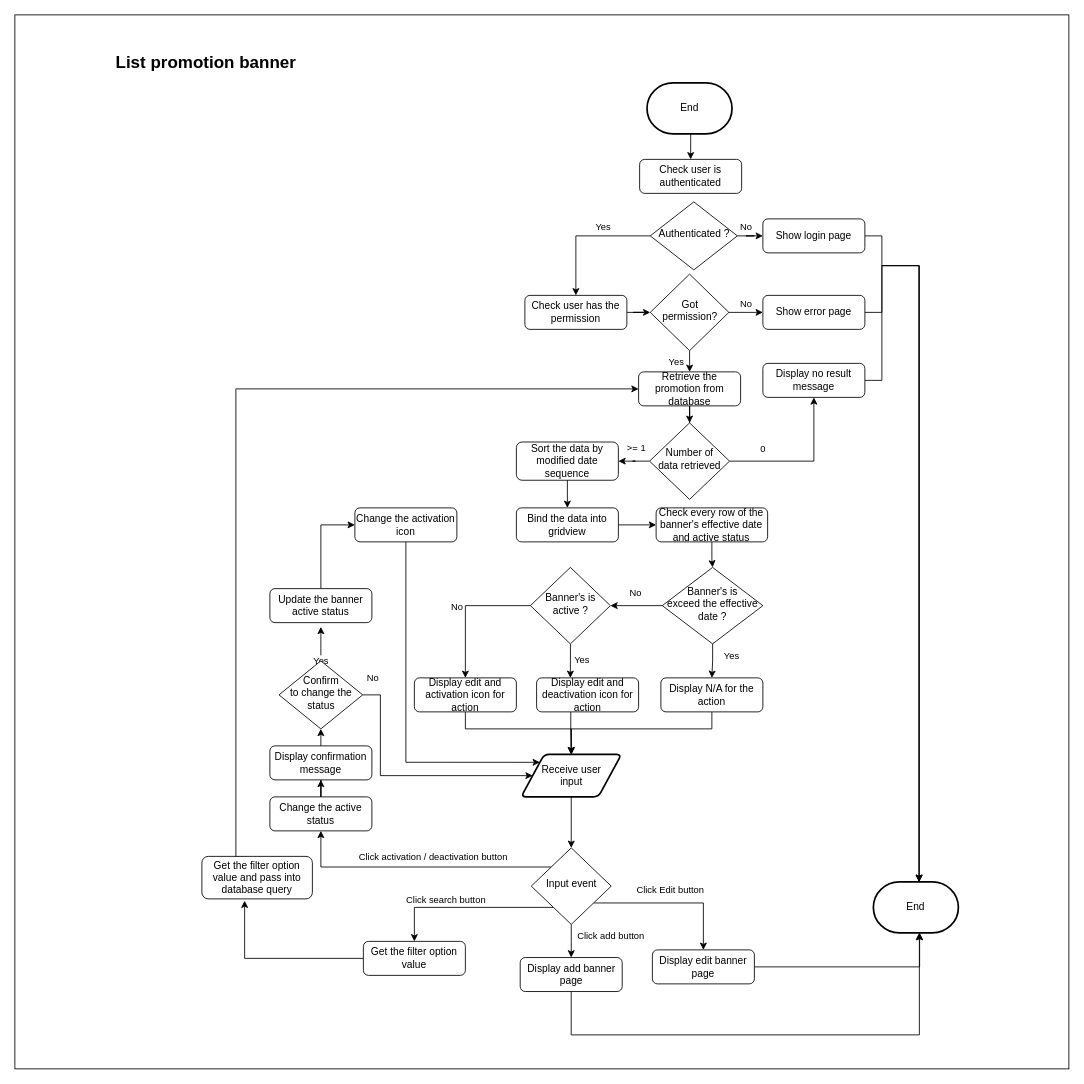
Before: page "List promotion banner" (1 of 2) of BannerPromotion/Untitled Diagram.drawio in shawn814/Affiliate, a draw.io diagram. Source tidied: cells renumbered, new cells numbered last; positions are measured from the earlier drawing's top-left corner, leaving out a move shared by most shapes. Both pictures are drawn from the tidied source at 85%, with x=0, y=0 at pixel (14, 14).
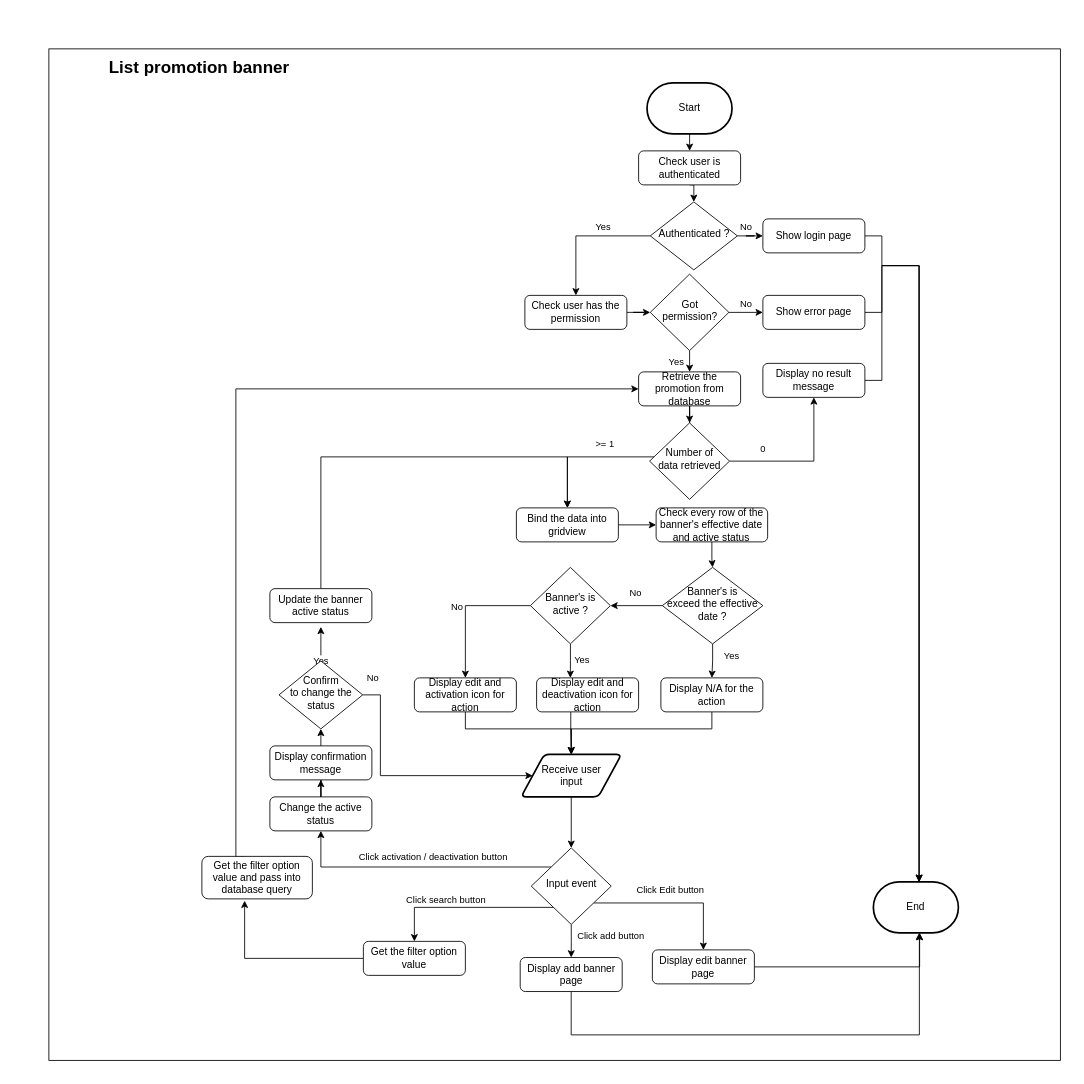
Above is the later version.

Unchanged cells that the change refers to:
```xml
<mxCell id="10" value="Authenticated ?" style="rhombus;whiteSpace=wrap;html=1;shadow=0;fontFamily=Helvetica;fontSize=12;align=center;strokeWidth=1;spacing=6;spacingTop=-4;" parent="1" vertex="1">
  <mxGeometry x="747.5" y="220" width="102.5" height="80" as="geometry" />
</mxCell>
<mxCell id="23" value="Number of &lt;br&gt;data retrieved" style="rhombus;whiteSpace=wrap;html=1;shadow=0;fontFamily=Helvetica;fontSize=12;align=center;strokeWidth=1;spacing=6;spacingTop=-4;" parent="1" vertex="1">
  <mxGeometry x="746.7" y="480" width="94.1" height="90" as="geometry" />
</mxCell>
<mxCell id="29" value="Bind the data into gridview" style="rounded=1;whiteSpace=wrap;html=1;fontSize=12;glass=0;strokeWidth=1;shadow=0;" parent="1" vertex="1">
  <mxGeometry x="590" y="580" width="120" height="40" as="geometry" />
</mxCell>
<mxCell id="32" value="Receive user &lt;br&gt;input" style="shape=parallelogram;html=1;strokeWidth=2;perimeter=parallelogramPerimeter;whiteSpace=wrap;rounded=1;arcSize=12;size=0.23;fillColor=none;" parent="1" vertex="1">
  <mxGeometry x="595.6" y="870" width="118" height="50" as="geometry" />
</mxCell>
<mxCell id="70" value="Update the banner active status" style="rounded=1;whiteSpace=wrap;html=1;fontSize=12;glass=0;strokeWidth=1;shadow=0;" parent="1" vertex="1">
  <mxGeometry x="300" y="675" width="120" height="40" as="geometry" />
</mxCell>
```

The edit, as a diff of the source:
```diff
@@
     <mxCell id="2" style="whiteSpace=wrap;html=1;fillColor=none;" parent="1" vertex="1">
-      <mxGeometry width="1240" height="1240" as="geometry" />
+      <mxGeometry x="40" y="40" width="1190" height="1190" as="geometry" />
     </mxCell>
+    <mxCell id="75" style="edgeStyle=orthogonalEdgeStyle;rounded=0;jettySize=auto;html=1;exitX=0.5;exitY=1;exitDx=0;exitDy=0;entryX=0.5;entryY=0;entryDx=0;entryDy=0;" parent="1" edge="1" source="3" target="10">
+      <mxGeometry relative="1" as="geometry" />
+    </mxCell>
     <mxCell id="3" value="Check user is authenticated" style="rounded=1;whiteSpace=wrap;html=1;fontSize=12;glass=0;strokeWidth=1;shadow=0;" parent="1" vertex="1">
-      <mxGeometry x="735" y="170" width="120" height="40" as="geometry" />
+      <mxGeometry x="733.8" y="160" width="120" height="40" as="geometry" />
     </mxCell>
@@
     <mxCell id="6" value="&lt;font style=&quot;font-size: 20px;&quot;&gt;List promotion banner&lt;/font&gt;" style="text;html=1;strokeColor=none;fillColor=none;align=center;verticalAlign=middle;whiteSpace=wrap;rounded=0;fontStyle=1;fontSize=20;" parent="1" vertex="1">
-      <mxGeometry x="100" y="40" width="250" height="30" as="geometry" />
+      <mxGeometry x="92" y="46" width="250" height="30" as="geometry" />
     </mxCell>
@@
-    <mxCell id="22" value="&amp;gt;= 1" style="edgeStyle=orthogonalEdgeStyle;rounded=0;jettySize=auto;html=1;entryX=1;entryY=0.5;entryDx=0;entryDy=0;" parent="1" edge="1" source="23" target="30">
-      <mxGeometry x="-0.28" y="-15" relative="1" as="geometry" />
+    <mxCell id="22" value="&amp;gt;= 1" style="edgeStyle=orthogonalEdgeStyle;rounded=0;jettySize=auto;html=1;entryX=0.5;entryY=0;entryDx=0;entryDy=0;" parent="1" edge="1" source="23" target="29">
+      <mxGeometry x="-0.28" y="-15" relative="1" as="geometry">
+        <Array as="points">
+          <mxPoint x="650" y="520" />
+        </Array>
+      </mxGeometry>
     </mxCell>
@@
-    <mxCell id="26" style="edgeStyle=orthogonalEdgeStyle;rounded=0;jettySize=auto;html=1;entryX=0.5;entryY=0;entryDx=0;entryDy=0;" parent="1" edge="1" target="29">
-      <mxGeometry relative="1" as="geometry">
-        <mxPoint x="650" y="545" as="sourcePoint" />
-      </mxGeometry>
-    </mxCell>
@@
-    <mxCell id="30" value="Sort the data by modified date sequence" style="rounded=1;whiteSpace=wrap;html=1;fontSize=12;glass=0;strokeWidth=1;shadow=0;" parent="1" vertex="1">
-      <mxGeometry x="590" y="502.5" width="120" height="45" as="geometry" />
-    </mxCell>
@@
     <mxCell id="69" style="edgeStyle=orthogonalEdgeStyle;rounded=0;jettySize=auto;html=1;" parent="1" edge="1" source="70">
       <mxGeometry relative="1" as="geometry">
-        <mxPoint x="400" y="600" as="targetPoint" />
+        <mxPoint x="650" y="580" as="targetPoint" />
         <Array as="points">
-          <mxPoint x="360" y="600" />
+          <mxPoint x="360" y="520" />
+          <mxPoint x="650" y="520" />
         </Array>
       </mxGeometry>
     </mxCell>
@@
-    <mxCell id="71" style="edgeStyle=orthogonalEdgeStyle;rounded=0;jettySize=auto;html=1;entryX=0;entryY=0;entryDx=0;entryDy=0;" parent="1" edge="1" source="72" target="32">
-      <mxGeometry relative="1" as="geometry">
-        <Array as="points">
-          <mxPoint x="460" y="879" />
-        </Array>
-      </mxGeometry>
-    </mxCell>
-    <mxCell id="72" value="Change the activation icon" style="rounded=1;whiteSpace=wrap;html=1;fontSize=12;glass=0;strokeWidth=1;shadow=0;" parent="1" vertex="1">
-      <mxGeometry x="400" y="580" width="120" height="40" as="geometry" />
-    </mxCell>
@@
-    <mxCell id="74" value="End" style="strokeWidth=2;html=1;shape=mxgraph.flowchart.terminator;whiteSpace=wrap;labelBackgroundColor=#ffffff;fillColor=none;" parent="1" vertex="1">
+    <mxCell id="74" value="Start" style="strokeWidth=2;html=1;shape=mxgraph.flowchart.terminator;whiteSpace=wrap;labelBackgroundColor=#ffffff;fillColor=none;" parent="1" vertex="1">
       <mxGeometry x="743.7" y="80" width="100" height="60" as="geometry" />
     </mxCell>
```
